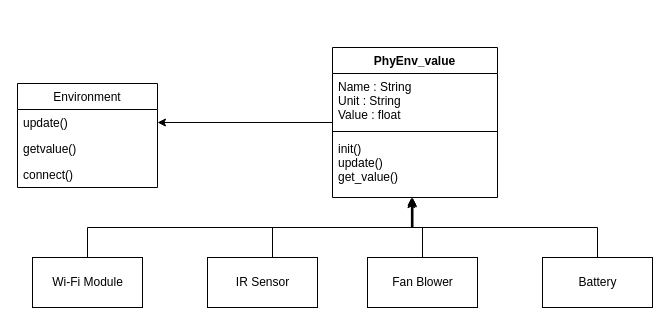
Above: Diagrams/UML/class_main.drawio in kkchaudhary11/SmarCleaning (draw.io), before the change. Source tidied: cells renumbered, new cells numbered last; positions are measured from the earlier drawing's top-left corner, leaving out a move shared by most shapes. Both pictures are drawn from the tidied source at 100%, with x=0, y=0 at pixel (17, 47).
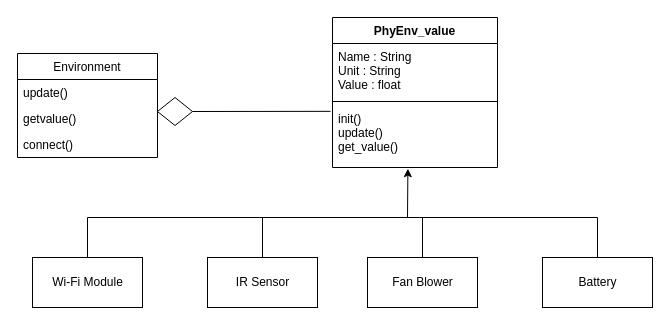
Above is the later version.

The change refers to these unchanged cells:
```xml
<mxCell id="3" value="Wi-Fi Module" style="html=1;" parent="1" vertex="1">
  <mxGeometry x="15" y="210" width="110" height="50" as="geometry" />
</mxCell>
<mxCell id="5" value="IR Sensor" style="html=1;" parent="1" vertex="1">
  <mxGeometry x="190" y="210" width="110" height="50" as="geometry" />
</mxCell>
<mxCell id="7" value="Fan Blower" style="html=1;" parent="1" vertex="1">
  <mxGeometry x="350" y="210" width="110" height="50" as="geometry" />
</mxCell>
<mxCell id="9" value="Battery" style="html=1;" parent="1" vertex="1">
  <mxGeometry x="525" y="210" width="110" height="50" as="geometry" />
</mxCell>
<mxCell id="14" value="init()&#10;update()&#10;get_value()&#10;" style="text;strokeColor=none;fillColor=none;align=left;verticalAlign=top;spacingLeft=4;spacingRight=4;overflow=hidden;points=[[0,0.5],[1,0.5]];portConstraint=eastwest;" parent="11" vertex="1">
  <mxGeometry y="88" width="165" height="62" as="geometry" />
</mxCell>
<mxCell id="16" value="update()" style="text;strokeColor=none;fillColor=none;align=left;verticalAlign=top;spacingLeft=4;spacingRight=4;overflow=hidden;points=[[0,0.5],[1,0.5]];portConstraint=eastwest;" parent="15" vertex="1">
  <mxGeometry y="26" width="140" height="26" as="geometry" />
</mxCell>
```

What changed in the source:
```diff
@@
-    <mxCell id="2" style="edgeStyle=orthogonalEdgeStyle;rounded=0;jettySize=auto;html=1;shadow=0;entryX=0.478;entryY=1.034;entryDx=0;entryDy=0;entryPerimeter=0;" parent="1" edge="1" source="3" target="14">
-      <mxGeometry relative="1" as="geometry">
-        <Array as="points">
-          <mxPoint x="70" y="180" />
-          <mxPoint x="394" y="180" />
-        </Array>
-      </mxGeometry>
-    </mxCell>
@@
-    <mxCell id="4" style="edgeStyle=orthogonalEdgeStyle;rounded=0;jettySize=auto;html=1;shadow=0;entryX=0.488;entryY=1.019;entryDx=0;entryDy=0;entryPerimeter=0;" parent="1" edge="1" source="5" target="14">
-      <mxGeometry relative="1" as="geometry">
-        <Array as="points">
-          <mxPoint x="255" y="180" />
-          <mxPoint x="395" y="180" />
-        </Array>
-      </mxGeometry>
-    </mxCell>
@@
-    <mxCell id="6" style="edgeStyle=orthogonalEdgeStyle;rounded=0;jettySize=auto;html=1;shadow=0;" parent="1" edge="1" source="7" target="14">
-      <mxGeometry relative="1" as="geometry">
-        <Array as="points">
-          <mxPoint x="405" y="180" />
-          <mxPoint x="395" y="180" />
-        </Array>
-      </mxGeometry>
-    </mxCell>
@@
-    <mxCell id="8" style="edgeStyle=orthogonalEdgeStyle;rounded=0;jettySize=auto;html=1;shadow=0;" parent="1" edge="1" source="9" target="14">
-      <mxGeometry relative="1" as="geometry">
-        <Array as="points">
-          <mxPoint x="580" y="180" />
-          <mxPoint x="394" y="180" />
-        </Array>
-      </mxGeometry>
-    </mxCell>
@@
-    <mxCell id="10" style="edgeStyle=orthogonalEdgeStyle;rounded=0;jettySize=auto;html=1;entryX=1;entryY=0.5;entryDx=0;entryDy=0;shadow=0;" parent="1" edge="1" source="11" target="16">
-      <mxGeometry relative="1" as="geometry" />
-    </mxCell>
     <mxCell id="11" value="PhyEnv_value" style="swimlane;fontStyle=1;align=center;verticalAlign=top;horizontal=1;startSize=26;" parent="1" vertex="1">
-      <mxGeometry x="315" width="165" height="150" as="geometry" />
+      <mxGeometry x="315" y="-30" width="165" height="150" as="geometry" />
     </mxCell>
@@
     <mxCell id="15" value="Environment" style="swimlane;fontStyle=0;horizontal=1;startSize=26;fillColor=none;" parent="1" vertex="1">
-      <mxGeometry y="36" width="140" height="104" as="geometry" />
+      <mxGeometry y="6" width="140" height="104" as="geometry" />
     </mxCell>
@@
+    <mxCell id="19" style="rhombus;whiteSpace=wrap;html=1;" parent="1" vertex="1">
+      <mxGeometry x="140" y="50" width="35" height="28" as="geometry" />
+    </mxCell>
+    <mxCell id="20" style="endArrow=none;html=1;entryX=-0.012;entryY=0.094;entryDx=0;entryDy=0;entryPerimeter=0;exitX=1;exitY=0.5;exitDx=0;exitDy=0;" parent="1" edge="1" source="19" target="14">
+      <mxGeometry relative="1" as="geometry" />
+    </mxCell>
+    <mxCell id="21" style="endArrow=classic;html=1;entryX=0.457;entryY=1.019;entryDx=0;entryDy=0;entryPerimeter=0;" parent="1" edge="1" target="14">
+      <mxGeometry relative="1" as="geometry">
+        <mxPoint x="390" y="170" as="sourcePoint" />
+      </mxGeometry>
+    </mxCell>
+    <mxCell id="22" style="endArrow=none;html=1;" parent="1" edge="1">
+      <mxGeometry relative="1" as="geometry">
+        <mxPoint x="70" y="170" as="sourcePoint" />
+        <mxPoint x="580" y="170" as="targetPoint" />
+      </mxGeometry>
+    </mxCell>
+    <mxCell id="23" style="endArrow=none;html=1;shadow=0;" parent="1" edge="1" source="3">
+      <mxGeometry relative="1" as="geometry">
+        <mxPoint x="70" y="170" as="targetPoint" />
+      </mxGeometry>
+    </mxCell>
+    <mxCell id="24" style="endArrow=none;html=1;shadow=0;exitX=0.5;exitY=0;exitDx=0;exitDy=0;" parent="1" edge="1" source="5">
+      <mxGeometry relative="1" as="geometry">
+        <mxPoint x="245" y="170" as="targetPoint" />
+      </mxGeometry>
+    </mxCell>
+    <mxCell id="25" style="endArrow=none;html=1;shadow=0;exitX=0.5;exitY=0;exitDx=0;exitDy=0;" parent="1" edge="1" source="7">
+      <mxGeometry relative="1" as="geometry">
+        <mxPoint x="405" y="170" as="targetPoint" />
+      </mxGeometry>
+    </mxCell>
+    <mxCell id="26" style="endArrow=none;html=1;shadow=0;exitX=0.5;exitY=0;exitDx=0;exitDy=0;" parent="1" edge="1" source="9">
+      <mxGeometry relative="1" as="geometry">
+        <mxPoint x="580" y="170" as="targetPoint" />
+      </mxGeometry>
+    </mxCell>
```
